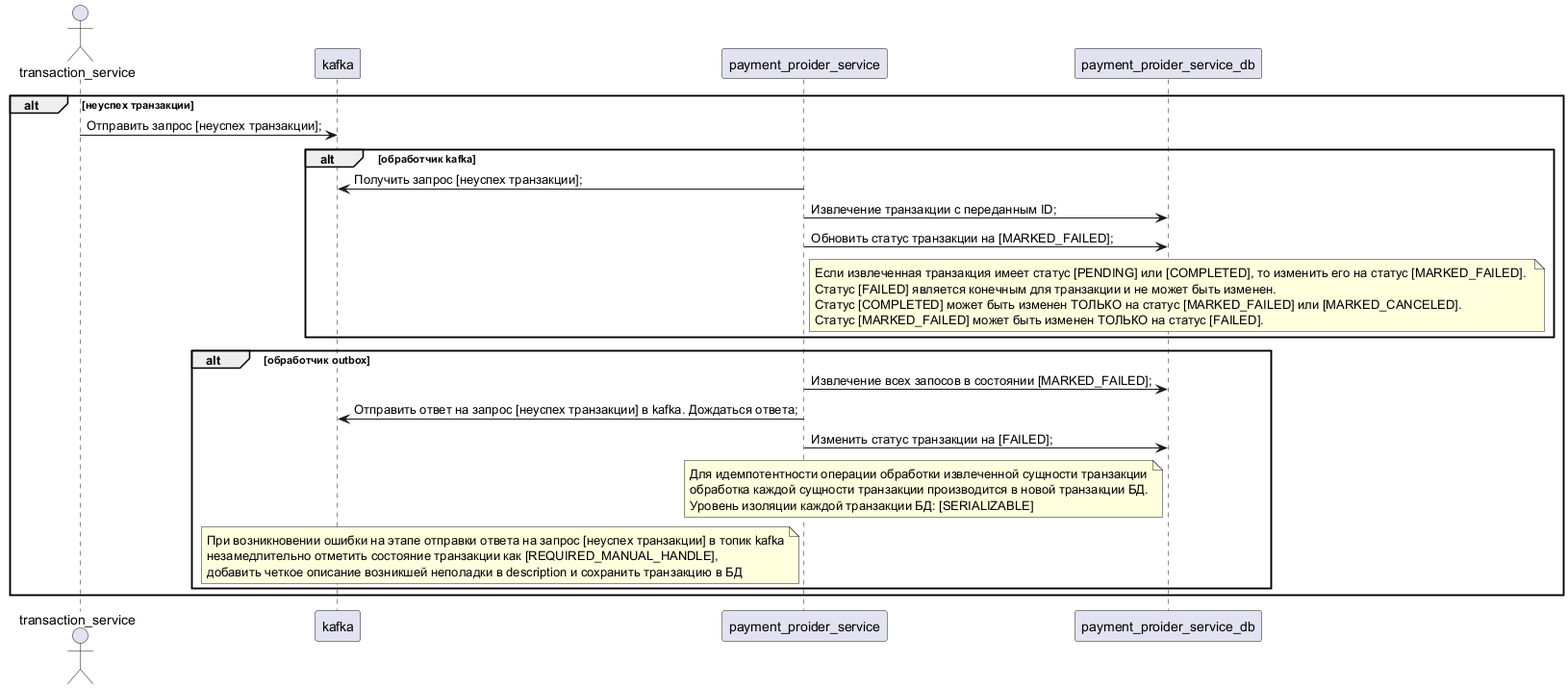
The PlantUML diagram diagrams/[fail_transaction]__transaction-service__kafka__payment-provider-service__interaction.png in U-235-92/payment-system, before a commit.
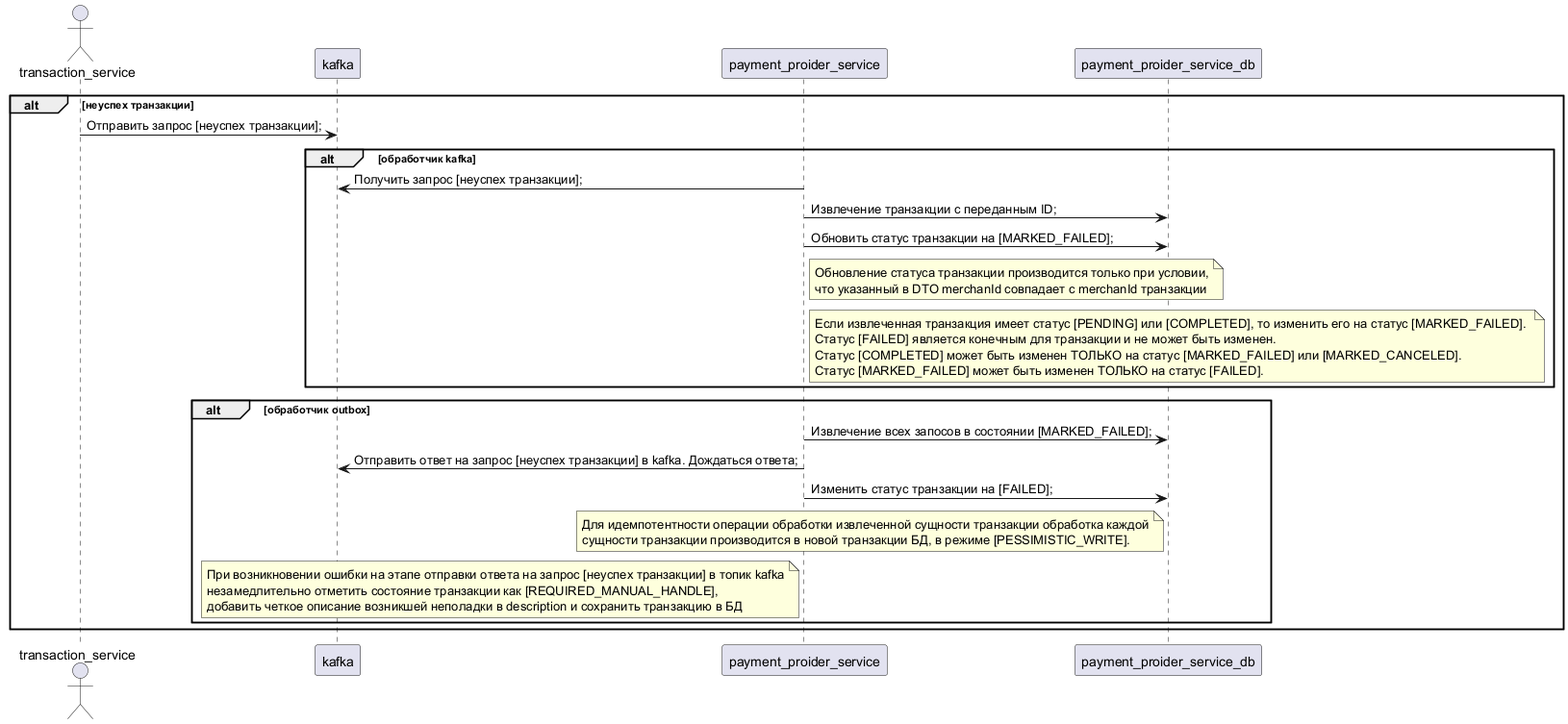
After the commit.

Commit message:
Module #5. V30_08_2026. Update UML diagrams. Updated comments.

What changed in the source:
```diff
@@ -12,6 +12,10 @@
 		payment_proider_service -> payment_proider_service_db : Извлечение транзакции с переданным ID;
 		payment_proider_service -> payment_proider_service_db : Обновить статус транзакции на [MARKED_FAILED];
 		note right payment_proider_service
+		    Обновление статуса транзакции производится только при условии,
+		    что указанный в DTO merchanId совпадает с merchanId транзакции
+		end note
+		note right payment_proider_service
 			Если извлеченная транзакция имеет статус [PENDING] или [COMPLETED], то изменить его на статус [MARKED_FAILED].
 			Статус [FAILED] является конечным для транзакции и не может быть изменен.
 			Статус [COMPLETED] может быть изменен ТОЛЬКО на статус [MARKED_FAILED] или [MARKED_CANCELED].
@@ -23,9 +27,8 @@
 		payment_proider_service -> kafka : Отправить ответ на запрос [неуспех транзакции] в kafka. Дождаться ответа;
 		payment_proider_service -> payment_proider_service_db : Изменить статус транзакции на [FAILED];
 		note left payment_proider_service_db
-            Для идемпотентности операции обработки извлеченной сущности транзакции
-            обработка каждой сущности транзакции производится в новой транзакции БД.
-            Уровень изоляции каждой транзакции БД: [SERIALIZABLE]
+            Для идемпотентности операции обработки извлеченной сущности транзакции обработка каждой
+            сущности транзакции производится в новой транзакции БД, в режиме [PESSIMISTIC_WRITE].
         end note
         note left payment_proider_service
             При возникновении ошибки на этапе отправки ответа на запрос [неуспех транзакции] в топик kafka
```
